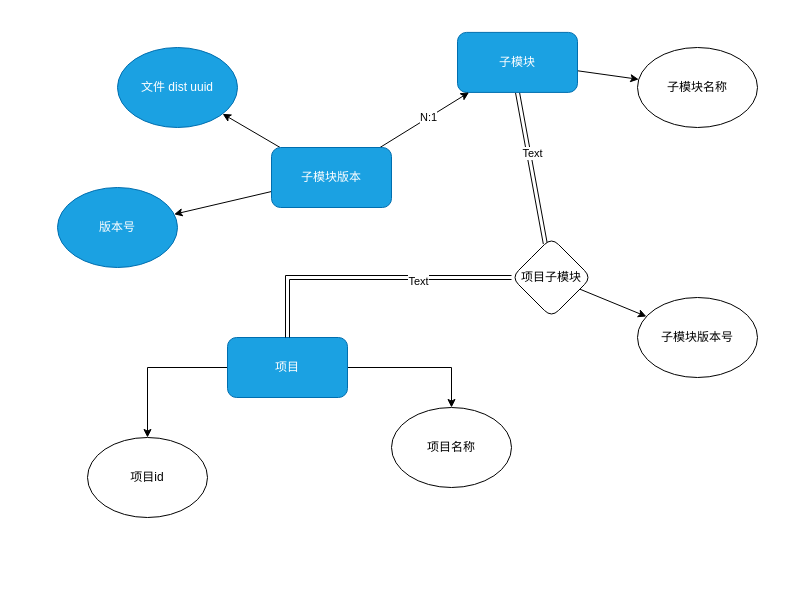
Earlier version of the draw.io diagram db.drawio (yunqiangwu/fe-pipeline). Source tidied: cells renumbered, new cells numbered last; positions are measured from the earlier drawing's top-left corner, leaving out a move shared by most shapes. Both pictures are drawn from the tidied source at 100%, with x=0, y=0 at pixel (57, 32).
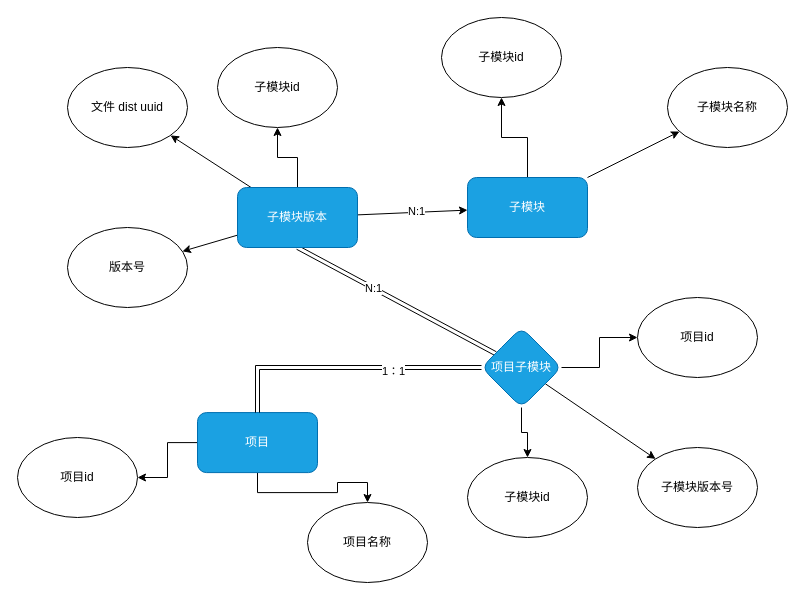
The same diagram, later.

Unchanged cells that the change refers to:
```xml
<mxCell id="11" style="edgeStyle=orthogonalEdgeStyle;rounded=0;jettySize=auto;html=1;entryX=0.5;entryY=0;entryDx=0;entryDy=0;shape=link;" parent="1" edge="1" source="14" target="4">
  <mxGeometry relative="1" as="geometry" />
</mxCell>
```

Diff of the diagram source:
```diff
@@
     <mxCell id="4" value="项目" style="rounded=1;whiteSpace=wrap;html=1;fillColor=#1ba1e2;strokeColor=#006EAF;fontColor=#ffffff;" parent="1" vertex="1">
-      <mxGeometry x="170" y="305" width="120" height="60" as="geometry" />
+      <mxGeometry x="140" y="380.1" width="120" height="60" as="geometry" />
     </mxCell>
     <mxCell id="5" value="项目id" style="ellipse;whiteSpace=wrap;html=1;rounded=1;" parent="1" vertex="1">
-      <mxGeometry x="30" y="405" width="120" height="80" as="geometry" />
+      <mxGeometry x="-40" y="405" width="120" height="80" as="geometry" />
     </mxCell>
     <mxCell id="6" value="项目名称" style="ellipse;whiteSpace=wrap;html=1;rounded=1;" parent="1" vertex="1">
-      <mxGeometry x="334" y="375" width="120" height="80" as="geometry" />
+      <mxGeometry x="250" y="470" width="120" height="80" as="geometry" />
     </mxCell>
-    <mxCell id="7" style="rounded=0;jettySize=auto;html=1;shape=link;exitX=0.5;exitY=1;exitDx=0;exitDy=0;" parent="1" edge="1" source="10" target="14">
+    <mxCell id="7" style="rounded=0;jettySize=auto;html=1;shape=link;exitX=0.5;exitY=1;exitDx=0;exitDy=0;" parent="1" edge="1" source="20" target="14">
       <mxGeometry relative="1" as="geometry" />
     </mxCell>
-    <mxCell id="8" value="Text" style="edgeLabel;html=1;align=center;verticalAlign=middle;" parent="7" vertex="1">
-      <mxGeometry x="-0.2" y="3" relative="1" as="geometry" />
-    </mxCell>
+    <mxCell id="24" value="N:1" style="edgeLabel;html=1;align=center;verticalAlign=middle;" parent="7" vertex="1">
+      <mxGeometry x="-0.24" relative="1" as="geometry">
+        <mxPoint x="1" as="offset" />
+      </mxGeometry>
+    </mxCell>
@@
+    <mxCell id="25" style="edgeStyle=orthogonalEdgeStyle;rounded=0;jettySize=auto;html=1;" parent="1" edge="1" source="10" target="32">
+      <mxGeometry relative="1" as="geometry" />
+    </mxCell>
     <mxCell id="10" value="子模块" style="rounded=1;whiteSpace=wrap;html=1;fillColor=#1ba1e2;strokeColor=#006EAF;fontColor=#ffffff;" parent="1" vertex="1">
-      <mxGeometry x="400" y="-0.1" width="120" height="60" as="geometry" />
+      <mxGeometry x="410" y="145" width="120" height="60" as="geometry" />
     </mxCell>
@@
-    <mxCell id="12" value="Text" style="edgeLabel;html=1;align=center;verticalAlign=middle;" parent="11" vertex="1">
+    <mxCell id="12" value="1：1" style="edgeLabel;html=1;align=center;verticalAlign=middle;" parent="11" vertex="1">
       <mxGeometry x="-0.34" y="3" relative="1" as="geometry" />
     </mxCell>
@@
+    <mxCell id="26" style="edgeStyle=orthogonalEdgeStyle;rounded=0;jettySize=auto;html=1;" parent="1" edge="1" source="14" target="29">
+      <mxGeometry relative="1" as="geometry" />
+    </mxCell>
+    <mxCell id="27" style="edgeStyle=orthogonalEdgeStyle;rounded=0;jettySize=auto;html=1;" parent="1" edge="1" source="14" target="30">
+      <mxGeometry relative="1" as="geometry" />
+    </mxCell>
-    <mxCell id="14" value="项目子模块" style="rhombus;whiteSpace=wrap;html=1;rounded=1;" parent="1" vertex="1">
-      <mxGeometry x="454" y="205" width="80" height="80" as="geometry" />
+    <mxCell id="14" value="项目子模块" style="rhombus;whiteSpace=wrap;html=1;rounded=1;fillColor=#1ba1e2;strokeColor=#006EAF;fontColor=#ffffff;" parent="1" vertex="1">
+      <mxGeometry x="424" y="295" width="80" height="80" as="geometry" />
     </mxCell>
     <mxCell id="15" value="子模块名称" style="ellipse;whiteSpace=wrap;html=1;rounded=1;" parent="1" vertex="1">
-      <mxGeometry x="580" y="15" width="120" height="80" as="geometry" />
+      <mxGeometry x="610" y="35" width="120" height="80" as="geometry" />
     </mxCell>
@@
+    <mxCell id="28" style="edgeStyle=orthogonalEdgeStyle;rounded=0;jettySize=auto;html=1;" parent="1" edge="1" source="20" target="31">
+      <mxGeometry relative="1" as="geometry" />
+    </mxCell>
     <mxCell id="20" value="子模块版本" style="rounded=1;whiteSpace=wrap;html=1;fillColor=#1ba1e2;strokeColor=#006EAF;fontColor=#ffffff;" parent="1" vertex="1">
-      <mxGeometry x="214" y="115" width="120" height="60" as="geometry" />
+      <mxGeometry x="180" y="155" width="120" height="60" as="geometry" />
     </mxCell>
-    <mxCell id="21" value="版本号" style="ellipse;whiteSpace=wrap;html=1;rounded=1;fontColor=#ffffff;strokeColor=#006EAF;fillColor=#1ba1e2;" parent="1" vertex="1">
-      <mxGeometry y="155" width="120" height="80" as="geometry" />
+    <mxCell id="21" value="版本号" style="ellipse;whiteSpace=wrap;html=1;rounded=1;" parent="1" vertex="1">
+      <mxGeometry x="10" y="195" width="120" height="80" as="geometry" />
     </mxCell>
     <mxCell id="22" value="子模块版本号" style="ellipse;whiteSpace=wrap;html=1;rounded=1;" parent="1" vertex="1">
-      <mxGeometry x="580" y="265" width="120" height="80" as="geometry" />
+      <mxGeometry x="580" y="415" width="120" height="80" as="geometry" />
     </mxCell>
-    <mxCell id="23" value="文件 dist uuid" style="ellipse;whiteSpace=wrap;html=1;rounded=1;fontColor=#ffffff;strokeColor=#006EAF;fillColor=#1ba1e2;" parent="1" vertex="1">
-      <mxGeometry x="60" y="15" width="120" height="80" as="geometry" />
+    <mxCell id="23" value="文件 dist uuid" style="ellipse;whiteSpace=wrap;html=1;rounded=1;" parent="1" vertex="1">
+      <mxGeometry x="10" y="35" width="120" height="80" as="geometry" />
     </mxCell>
+    <mxCell id="29" value="项目id" style="ellipse;whiteSpace=wrap;html=1;rounded=1;" parent="1" vertex="1">
+      <mxGeometry x="580" y="265" width="120" height="80" as="geometry" />
+    </mxCell>
+    <mxCell id="30" value="子模块id" style="ellipse;whiteSpace=wrap;html=1;rounded=1;" parent="1" vertex="1">
+      <mxGeometry x="410" y="425" width="120" height="80" as="geometry" />
+    </mxCell>
+    <mxCell id="31" value="子模块id" style="ellipse;whiteSpace=wrap;html=1;rounded=1;" parent="1" vertex="1">
+      <mxGeometry x="160" y="15" width="120" height="80" as="geometry" />
+    </mxCell>
+    <mxCell id="32" value="子模块id" style="ellipse;whiteSpace=wrap;html=1;rounded=1;" parent="1" vertex="1">
+      <mxGeometry x="384" y="-15" width="120" height="80" as="geometry" />
+    </mxCell>
```
